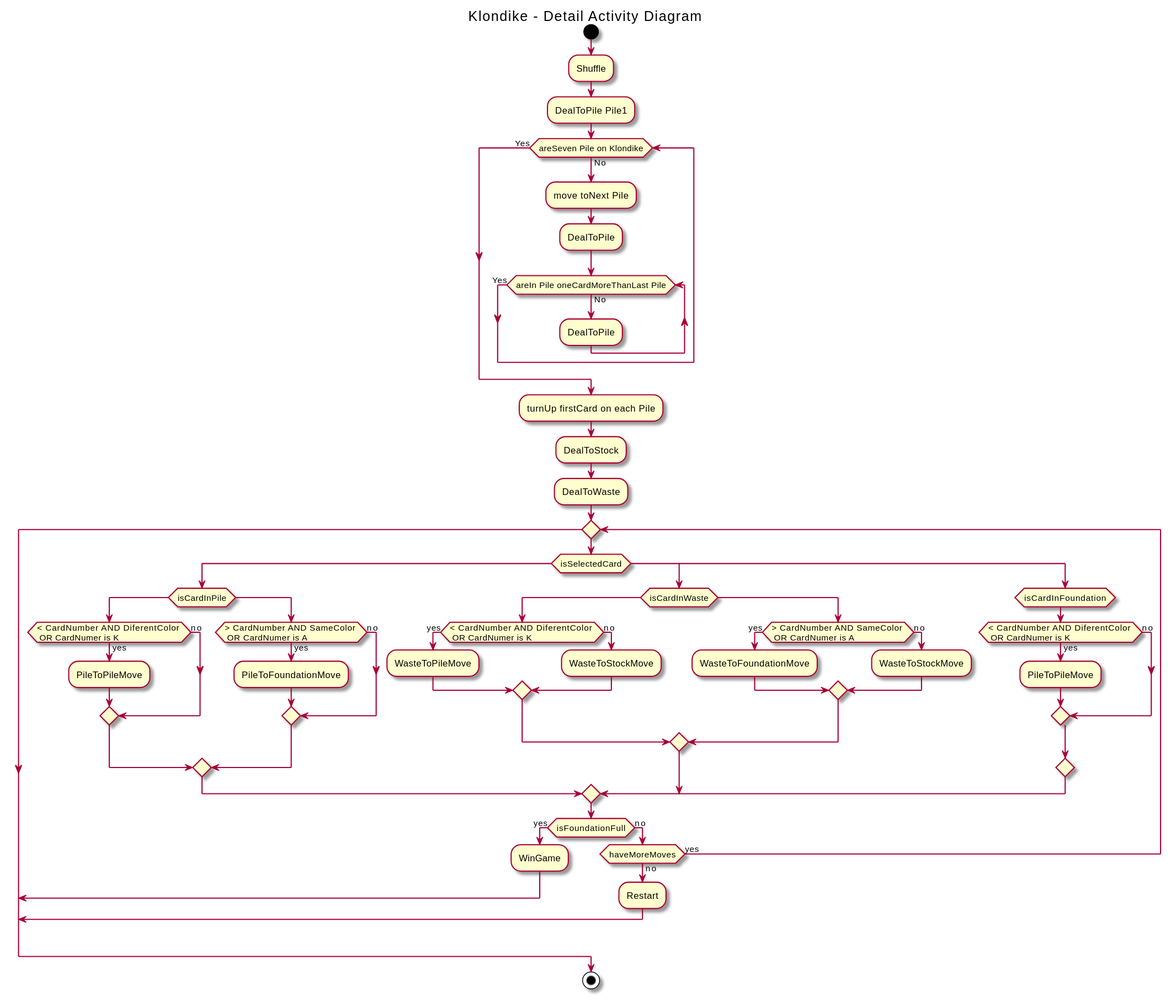
This is out/1 Modelo de Dominio/05_Diagrama de actividades detallado/DetailActivityDiagram.svg from AngelOS95P/Maestria_IngSoftware_grupo6, a PlantUML export, as it was before one commit. Its diagram source:
```plantuml
@startuml DetailActivityDiagram
title Klondike  - Detail Activity Diagram
!pragma layout smetana

start

:Shuffle;
:DealToPile Pile1;

while (areSeven Pile on Klondike)  is (No)
  :move toNext Pile;
  :DealToPile;
  while (areIn Pile oneCardMoreThanLast Pile)  is (No)
    :DealToPile;
  endwhile (Yes)
endwhile (Yes)

:turnUp firstCard on each Pile;
:DealToStock;
:DealToWaste;

while ()
  switch (isSelectedCard)
    case ()
      switch (isCardInPile)
        case ()
          if (< CardNumber AND DiferentColor \n OR CardNumer is K) then (yes)
           :PileToPileMove;
          else (no)
          endif
        case ()
          if (> CardNumber AND SameColor \n OR CardNumer is A) then (yes)
           :PileToFoundationMove;
          else (no)
          endif
      endswitch
    case ()
      switch (isCardInWaste)
        case ()
          if (< CardNumber AND DiferentColor \n OR CardNumer is K) then (yes)
           :WasteToPileMove;
          else (no)
            :WasteToStockMove;
          endif
        case ()
          if (> CardNumber AND SameColor \n OR CardNumer is A) then (yes)
           :WasteToFoundationMove;
          else (no)
            :WasteToStockMove;
          endif
      endswitch
    case ()
      switch (isCardInFoundation)
        case ()
          if (< CardNumber AND DiferentColor \n OR CardNumer is K) then (yes)
           :PileToPileMove;
          else (no)
          endif
      endswitch
  endswitch

  if (isFoundationFull) then (yes)
    :WinGame;
    break;
  else (no)
    if (haveMoreMoves) then (no)
      :Restart;
      break;
    else (yes)
    endif
  endif
endwhile

stop

@enduml
```
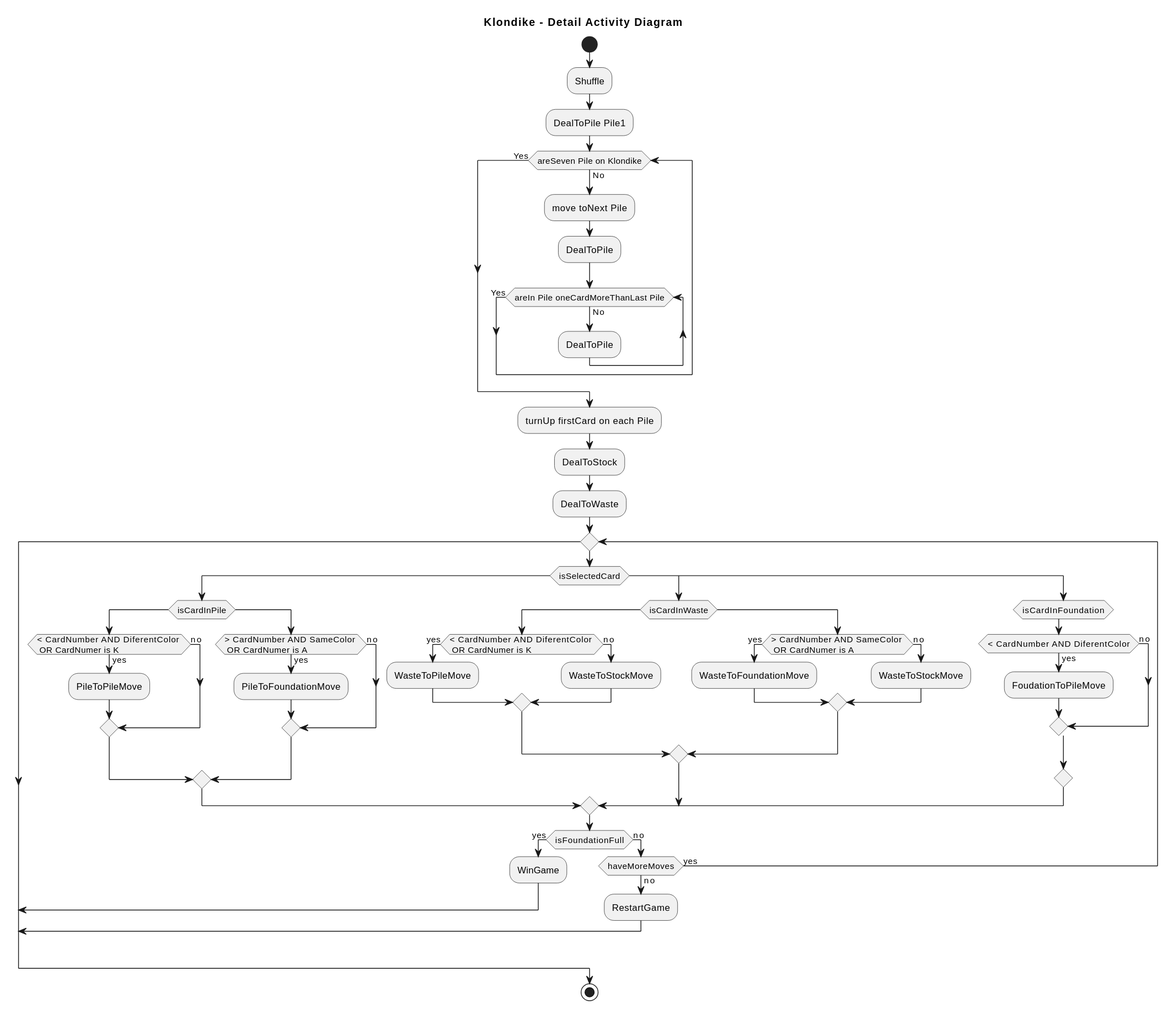
After the commit.

What changed in the source:
```diff
@@ -52,8 +52,8 @@
     case ()
       switch (isCardInFoundation)
         case ()
-          if (< CardNumber AND DiferentColor \n OR CardNumer is K) then (yes)
-           :PileToPileMove;
+          if (< CardNumber AND DiferentColor) then (yes)
+           :FoudationToPileMove;
           else (no)
           endif
       endswitch
@@ -64,7 +64,7 @@
     break;
   else (no)
     if (haveMoreMoves) then (no)
-      :Restart;
+      :RestartGame;
       break;
     else (yes)
     endif
```
